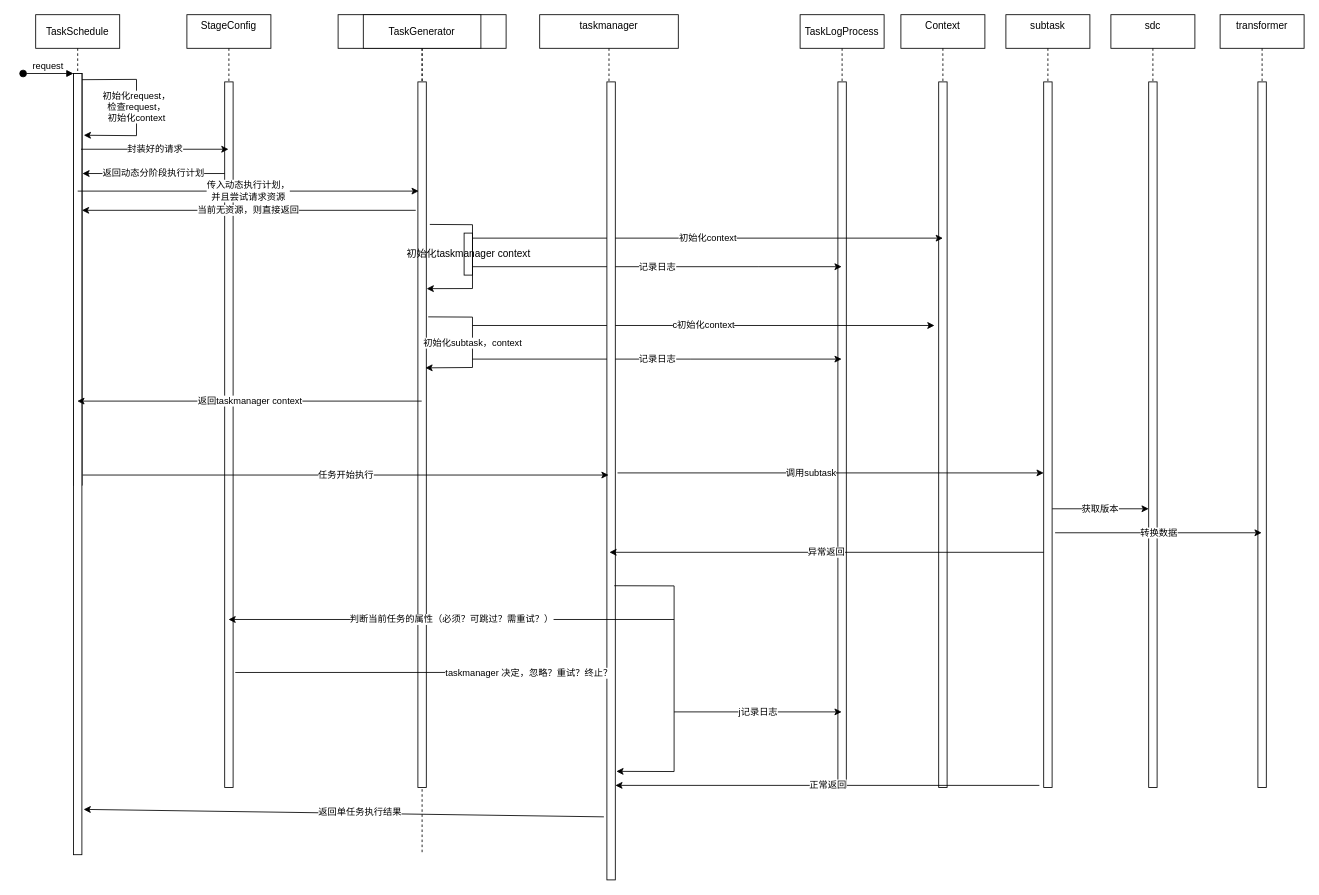
Earlier version of the draw.io diagram Untitled Diagram.drawio (mazl201/awesome). Source tidied: cells renumbered, new cells numbered last; positions are measured from the earlier drawing's top-left corner, leaving out a move shared by most shapes. Both pictures are drawn from the tidied source at 84%, with x=0, y=0 at pixel (23, 14).
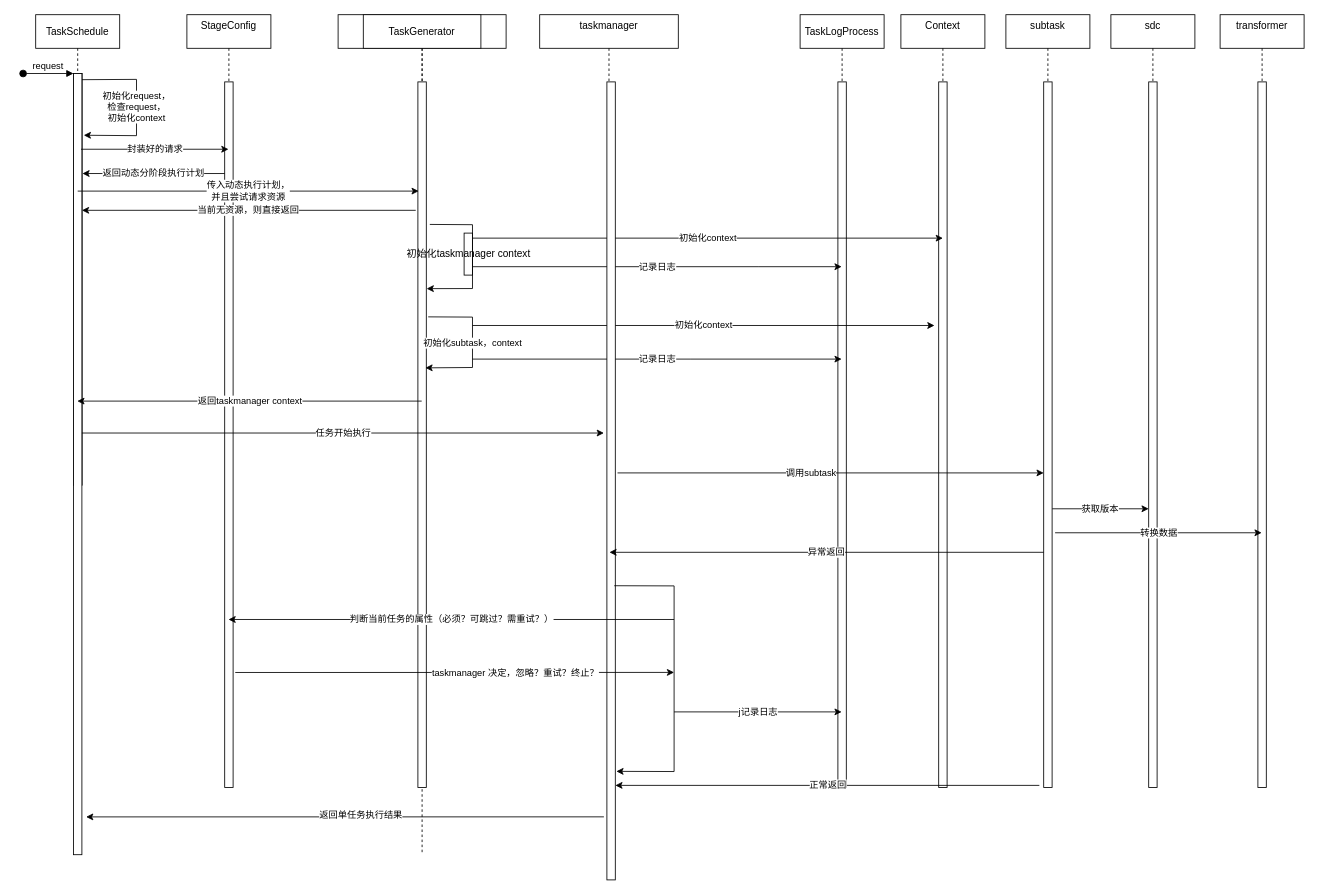
The same page after the edit.

The change refers to these unchanged cells:
```xml
<mxCell id="7" style="points=[];perimeter=orthogonalPerimeter;rounded=0;shadow=0;strokeWidth=1;" parent="6" vertex="1">
  <mxGeometry x="45" y="80" width="10" height="840" as="geometry" />
</mxCell>
<mxCell id="15" style="points=[];perimeter=orthogonalPerimeter;rounded=0;shadow=0;strokeWidth=1;" parent="8" vertex="1">
  <mxGeometry x="-315" y="70" width="10" height="930" as="geometry" />
</mxCell>
<mxCell id="34" value="taskmanager&#10;" style="shape=umlLifeline;perimeter=lifelinePerimeter;rounded=0;shadow=0;strokeWidth=1;" parent="1" vertex="1">
  <mxGeometry x="615" width="165" height="1030" as="geometry" />
</mxCell>
<mxCell id="35" style="points=[];perimeter=orthogonalPerimeter;rounded=0;shadow=0;strokeWidth=1;" parent="34" vertex="1">
  <mxGeometry x="80" y="80" width="10" height="950" as="geometry" />
</mxCell>
```

What changed in the source:
```diff
@@
-    <mxCell id="32" value="c初始化context" style="endArrow=classic;html=1;rounded=0;" parent="1" edge="1">
+    <mxCell id="32" value="初始化context" style="endArrow=classic;html=1;rounded=0;" parent="1" edge="1">
       <mxGeometry relative="1" as="geometry">
         <mxPoint x="535" y="370" as="sourcePoint" />
         <mxPoint x="1085" y="370" as="targetPoint" />
       </mxGeometry>
     </mxCell>
@@
-    <mxCell id="37" value="任务开始执行" style="endArrow=classic;html=1;rounded=0;exitX=1.086;exitY=0.514;exitDx=0;exitDy=0;exitPerimeter=0;" parent="1" edge="1" source="15" target="34">
+    <mxCell id="37" value="任务开始执行" style="endArrow=classic;html=1;rounded=0;entryX=-0.357;entryY=0.44;entryDx=0;entryDy=0;entryPerimeter=0;" parent="1" edge="1" source="15" target="35">
       <mxGeometry relative="1" as="geometry" />
     </mxCell>
@@
-    <mxCell id="45" style="endArrow=classic;html=1;rounded=0;exitX=1.257;exitY=0.837;exitDx=0;exitDy=0;exitPerimeter=0;entryX=-0.357;entryY=0.74;entryDx=0;entryDy=0;entryPerimeter=0;" parent="1" edge="1" source="7" target="35">
-      <mxGeometry relative="1" as="geometry" />
+    <mxCell id="45" style="endArrow=classic;html=1;rounded=0;exitX=1.257;exitY=0.837;exitDx=0;exitDy=0;exitPerimeter=0;" parent="1" edge="1" source="7">
+      <mxGeometry relative="1" as="geometry">
+        <mxPoint x="775" y="783" as="targetPoint" />
+      </mxGeometry>
     </mxCell>
     <mxCell id="46" value="taskmanager 决定，忽略？重试？终止？" style="edgeLabel;html=1;align=center;verticalAlign=middle;" parent="45" vertex="1">
-      <mxGeometry x="0.59" relative="1" as="geometry" />
+      <mxGeometry x="0.59" relative="1" as="geometry">
+        <mxPoint x="-82" as="offset" />
+      </mxGeometry>
     </mxCell>
@@
-    <mxCell id="49" style="endArrow=classic;html=1;rounded=0;entryX=1.2;entryY=0.942;entryDx=0;entryDy=0;entryPerimeter=0;exitX=-0.357;exitY=0.921;exitDx=0;exitDy=0;exitPerimeter=0;" parent="1" edge="1" source="35" target="15">
-      <mxGeometry relative="1" as="geometry" />
+    <mxCell id="49" style="endArrow=classic;html=1;rounded=0;exitX=-0.357;exitY=0.921;exitDx=0;exitDy=0;exitPerimeter=0;" parent="1" edge="1" source="35">
+      <mxGeometry relative="1" as="geometry">
+        <mxPoint x="75" y="955" as="targetPoint" />
+      </mxGeometry>
     </mxCell>
```
